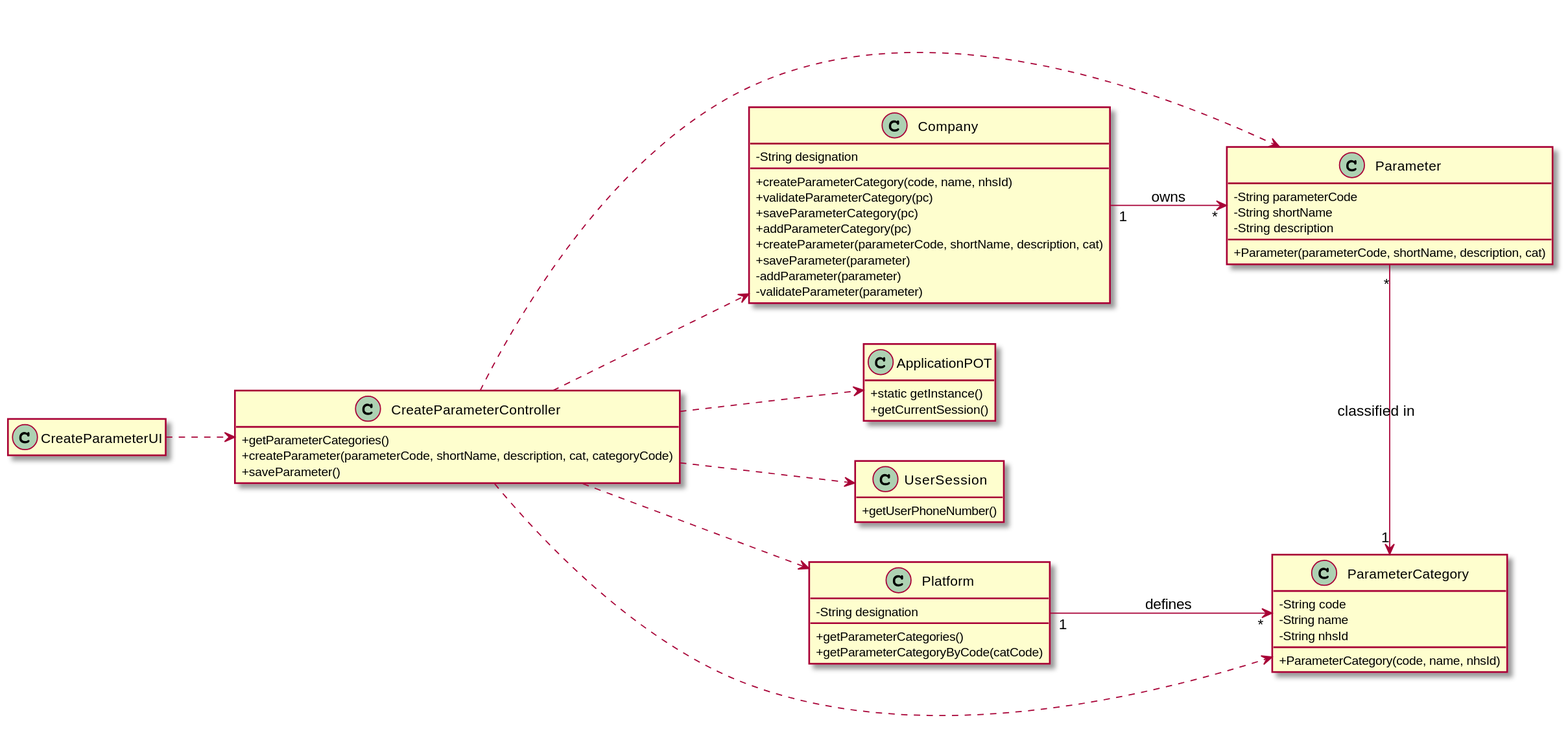
Before: docs/SprintB/US_10/US010_CD.svg, a diagram exported from PlantUML (ana-albergaria/LAPR2-ISEP). Its diagram source:
```plantuml
@startuml
hide empty methods
hide empty attributes
left to right direction
skinparam classAttributeIconSize 0

class ApplicationPOT
{
  +static getInstance()
  +getCurrentSession()
}

class UserSession
{
  +getUserPhoneNumber()
}

class Parameter {
  -String parameterCode
  -String shortName
  -String description
  +Parameter(parameterCode, shortName, description, cat)
}

class ParameterCategory {
   -String code
   -String name
   -String nhsId
   +ParameterCategory(code, name, nhsId)
}

class Company {
  -String designation
  +createParameterCategory(code, name, nhsId)
  +validateParameterCategory(pc)
  +saveParameterCategory(pc)
  +addParameterCategory(pc)
  +createParameter(parameterCode, shortName, description, cat)
  +saveParameter(parameter)
  -addParameter(parameter)
  -validateParameter(parameter)
}

class Platform {
  -String designation
  +getParameterCategories()
  +getParameterCategoryByCode(catCode)
}

class CreateParameterController {
  +getParameterCategories()
  +createParameter(parameterCode, shortName, description, cat, categoryCode)
  +saveParameter()
}

class CreateParameterUI {

}

CreateParameterUI ..> CreateParameterController
CreateParameterController ..> Platform
CreateParameterController ..> ParameterCategory
CreateParameterController ..> Parameter
CreateParameterController ..> Company
CreateParameterController ..> ApplicationPOT
CreateParameterController ..> UserSession
Parameter "*" -> "1" ParameterCategory : classified in
Platform "1" --> "*" ParameterCategory : defines
Company "1" --> "*" Parameter : owns


@enduml
```
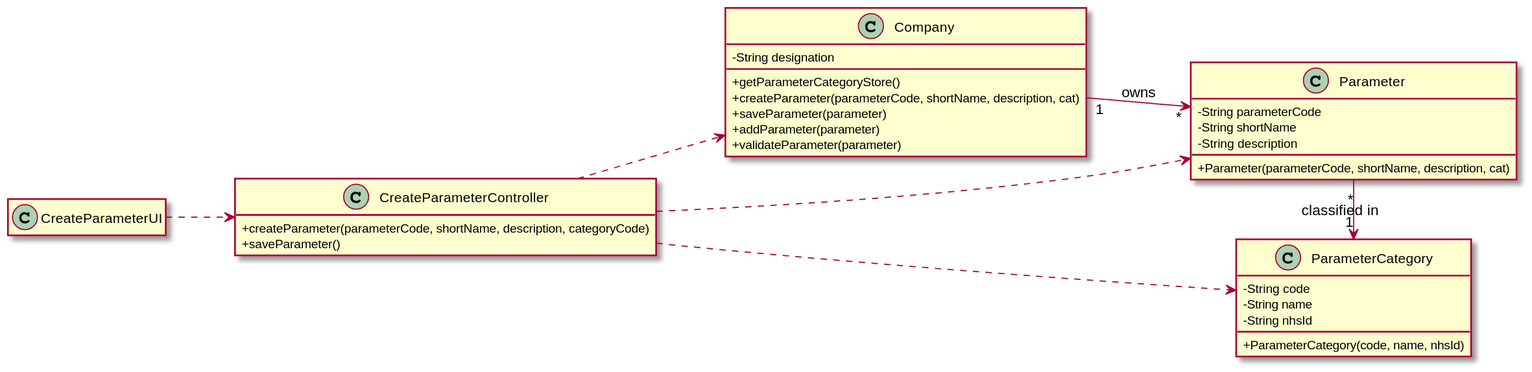
The same diagram one commit later.

Commit message:
Corrected US10 CD and SD, Corrected US11 SD, Continued US10 Code and Corrected US11 Code.

The edit, as a diff of the source:
```diff
@@ -4,16 +4,7 @@
 left to right direction
 skinparam classAttributeIconSize 0
 
-class ApplicationPOT
-{
-  +static getInstance()
-  +getCurrentSession()
-}
 
-class UserSession
-{
-  +getUserPhoneNumber()
-}
 
 class Parameter {
   -String parameterCode
@@ -31,25 +22,16 @@
 
 class Company {
   -String designation
-  +createParameterCategory(code, name, nhsId)
-  +validateParameterCategory(pc)
-  +saveParameterCategory(pc)
-  +addParameterCategory(pc)
+  +getParameterCategoryStore()
   +createParameter(parameterCode, shortName, description, cat)
   +saveParameter(parameter)
-  -addParameter(parameter)
-  -validateParameter(parameter)
+  +addParameter(parameter)
+  +validateParameter(parameter)
 }
 
-class Platform {
-  -String designation
-  +getParameterCategories()
-  +getParameterCategoryByCode(catCode)
-}
 
 class CreateParameterController {
-  +getParameterCategories()
-  +createParameter(parameterCode, shortName, description, cat, categoryCode)
+  +createParameter(parameterCode, shortName, description, categoryCode)
   +saveParameter()
 }
 
@@ -58,14 +40,10 @@
 }
 
 CreateParameterUI ..> CreateParameterController
-CreateParameterController ..> Platform
 CreateParameterController ..> ParameterCategory
 CreateParameterController ..> Parameter
 CreateParameterController ..> Company
-CreateParameterController ..> ApplicationPOT
-CreateParameterController ..> UserSession
 Parameter "*" -> "1" ParameterCategory : classified in
-Platform "1" --> "*" ParameterCategory : defines
 Company "1" --> "*" Parameter : owns
 
 
```
